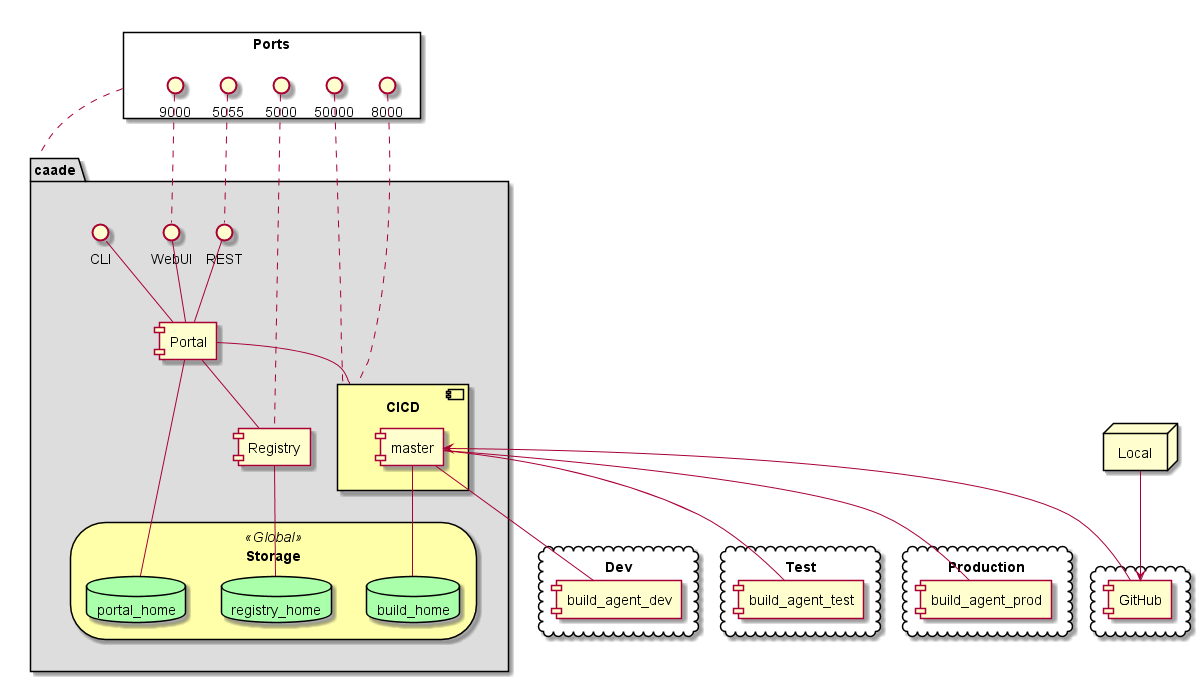
Above: docs/Solution/Deployment.png in CAADE/CAADE (PlantUML), before the change. Source of this version:
```plantuml
@startuml

package caade #dddddd {
    interface WebUI
    interface REST
    interface CLI
    component Portal
    component CICD #ffffaa {
        component master
    }
    component Registry
    storage Storage <<Global>> #ffffaa {
        database build_home #aaffaa
        database registry_home #aaffaa
        database portal_home #aaffaa
    }
}

rectangle Ports {
    9000 . WebUI
    5055 . REST
    50000 . CICD
    8000 . CICD
    5000 . Registry
}

Ports .. caade
cloud {
    component GitHub
}

node Local

cloud Dev {
    component build_agent_dev
}
cloud Test {
    component build_agent_test
}
cloud Production {
    component build_agent_prod
}

WebUI -- Portal
REST -- Portal
CLI -- Portal
Portal - portal_home
Registry -- registry_home
master -- build_home
master -- build_agent_dev
master -- build_agent_test
master -- build_agent_prod
master <-- GitHub
Portal -- CICD
Portal -- Registry
Local --> GitHub
@enduml
```
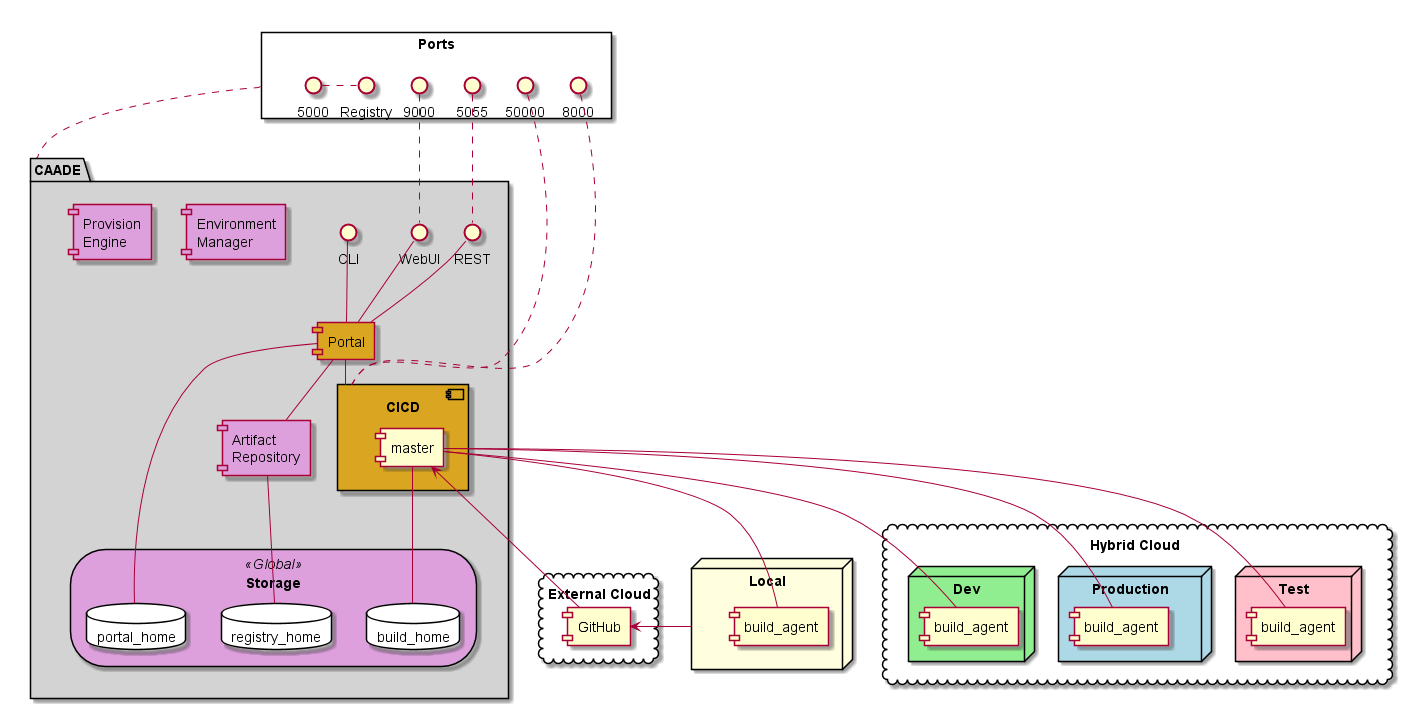
The same file after the commit.

What changed in the source:
```diff
@@ -1,18 +1,20 @@
 @startuml
 
-package caade #dddddd {
+package CAADE #lightgray {
     interface WebUI
     interface REST
     interface CLI
-    component Portal
-    component CICD #ffffaa {
+    component Portal #goldenrod
+    component CICD #goldenrod {
         component master
     }
-    component Registry
-    storage Storage <<Global>> #ffffaa {
-        database build_home #aaffaa
-        database registry_home #aaffaa
-        database portal_home #aaffaa
+    component "Artifact\nRepository" as AR #plum
+    component "Environment\nManager" as EM #plum
+    component "Provision\nEngine" as PE #plum
+    storage Storage <<Global>> #plum {
+        database build_home #white
+        database registry_home #white
+        database portal_home #white
     }
 }
 
@@ -24,34 +26,38 @@
     5000 . Registry
 }
 
-Ports .. caade
-cloud {
+Ports .. CAADE
+cloud "External Cloud" {
     component GitHub
 }
 
-node Local
-
-cloud Dev {
-    component build_agent_dev
-}
-cloud Test {
-    component build_agent_test
-}
-cloud Production {
-    component build_agent_prod
+node Local #lightyellow {
+    component build_agent as lba
 }
 
+cloud "Hybrid Cloud" as HC {
+    node Dev #lightgreen {
+        component build_agent as dba
+    }
+    node Test #pink {
+        component build_agent as tba
+    }
+    node Production #lightblue {
+        component build_agent as pba
+    }
+}
 WebUI -- Portal
 REST -- Portal
 CLI -- Portal
 Portal - portal_home
-Registry -- registry_home
+AR -- registry_home
 master -- build_home
-master -- build_agent_dev
-master -- build_agent_test
-master -- build_agent_prod
+master -- lba
+master -- dba
+master -- tba
+master -- pba
 master <-- GitHub
 Portal -- CICD
-Portal -- Registry
-Local --> GitHub
+Portal -- AR
+Local -> GitHub
 @enduml
```
